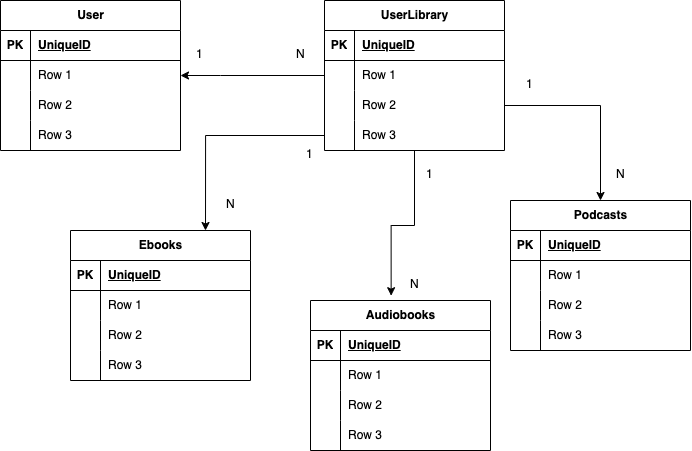
AlinaKovban/audiobooks keeps this draw.io diagram as docs/DB scheme.drawio.png. Above is the earlier version. Source tidied: cells renumbered, new cells last; positions are measured from the earlier drawing's top-left corner, leaving out a move shared by most shapes.
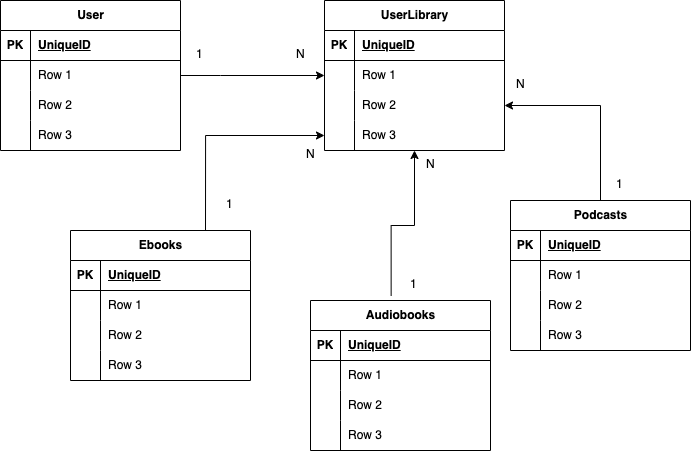
After the commit.

Diff of the diagram source:
```diff
@@ -158,7 +158,7 @@
     <mxCell id="53" value="Row 3" style="shape=partialRectangle;fillColor=none;top=0;left=0;bottom=0;right=0;align=left;spacingLeft=6;overflow=hidden;whiteSpace=wrap;html=1;" parent="51" vertex="1">
       <mxGeometry x="30" width="150" height="30" as="geometry" />
     </mxCell>
-    <mxCell id="54" style="edgeStyle=orthogonalEdgeStyle;rounded=0;jettySize=auto;html=1;exitX=0.5;exitY=1;exitDx=0;exitDy=0;entryX=0.448;entryY=-0.032;entryDx=0;entryDy=0;entryPerimeter=0;" parent="1" edge="1" source="55" target="2">
+    <mxCell id="54" style="edgeStyle=orthogonalEdgeStyle;rounded=0;jettySize=auto;html=1;exitX=0.448;exitY=-0.032;exitDx=0;exitDy=0;entryX=0.5;entryY=1;entryDx=0;entryDy=0;exitPerimeter=0;" parent="1" edge="1" source="2" target="55">
       <mxGeometry relative="1" as="geometry" />
     </mxCell>
     <mxCell id="55" value="UserLibrary" style="shape=table;startSize=30;rowLines=0;fontStyle=1;align=center;html=1;" parent="1" vertex="1">
@@ -206,37 +206,37 @@
     <mxCell id="69" value="N" style="text;strokeColor=none;fillColor=none;spacingLeft=4;spacingRight=4;overflow=hidden;fontSize=12;whiteSpace=wrap;html=1;" parent="1" vertex="1">
       <mxGeometry x="290" y="40" width="20" height="30" as="geometry" />
     </mxCell>
-    <mxCell id="70" style="edgeStyle=orthogonalEdgeStyle;rounded=0;jettySize=auto;html=1;exitX=0;exitY=0.5;exitDx=0;exitDy=0;entryX=1;entryY=0.5;entryDx=0;entryDy=0;" parent="1" edge="1" source="59" target="19">
-      <mxGeometry relative="1" as="geometry">
-        <Array as="points">
-          <mxPoint x="220" y="75" />
-          <mxPoint x="220" y="75" />
-        </Array>
-      </mxGeometry>
-    </mxCell>
-    <mxCell id="71" style="edgeStyle=orthogonalEdgeStyle;rounded=0;jettySize=auto;html=1;exitX=1;exitY=0.5;exitDx=0;exitDy=0;entryX=0.5;entryY=0;entryDx=0;entryDy=0;" parent="1" edge="1" source="62" target="41">
+    <mxCell id="71" style="edgeStyle=orthogonalEdgeStyle;rounded=0;jettySize=auto;html=1;exitX=0.5;exitY=0;exitDx=0;exitDy=0;entryX=1;entryY=0.5;entryDx=0;entryDy=0;" parent="1" edge="1" source="41" target="62">
       <mxGeometry relative="1" as="geometry" />
     </mxCell>
-    <mxCell id="72" style="edgeStyle=orthogonalEdgeStyle;rounded=0;jettySize=auto;html=1;exitX=0;exitY=0.5;exitDx=0;exitDy=0;entryX=0.75;entryY=0;entryDx=0;entryDy=0;" parent="1" edge="1" source="65" target="28">
+    <mxCell id="72" style="edgeStyle=orthogonalEdgeStyle;rounded=0;jettySize=auto;html=1;exitX=0.75;exitY=0;exitDx=0;exitDy=0;entryX=0;entryY=0.5;entryDx=0;entryDy=0;" parent="1" edge="1" source="28" target="65">
       <mxGeometry relative="1" as="geometry" />
     </mxCell>
     <mxCell id="73" value="1" style="text;strokeColor=none;fillColor=none;spacingLeft=4;spacingRight=4;overflow=hidden;fontSize=12;whiteSpace=wrap;html=1;" parent="1" vertex="1">
-      <mxGeometry x="520" y="70" width="20" height="30" as="geometry" />
+      <mxGeometry x="610" y="170" width="20" height="30" as="geometry" />
     </mxCell>
     <mxCell id="74" value="1" style="text;strokeColor=none;fillColor=none;spacingLeft=4;spacingRight=4;overflow=hidden;fontSize=12;whiteSpace=wrap;html=1;" parent="1" vertex="1">
-      <mxGeometry x="420" y="160" width="20" height="30" as="geometry" />
+      <mxGeometry x="404" y="270" width="20" height="30" as="geometry" />
     </mxCell>
     <mxCell id="75" value="1" style="text;strokeColor=none;fillColor=none;spacingLeft=4;spacingRight=4;overflow=hidden;fontSize=12;whiteSpace=wrap;html=1;" parent="1" vertex="1">
-      <mxGeometry x="300" y="140" width="20" height="30" as="geometry" />
+      <mxGeometry x="220" y="190" width="20" height="30" as="geometry" />
     </mxCell>
     <mxCell id="76" value="N" style="text;strokeColor=none;fillColor=none;spacingLeft=4;spacingRight=4;overflow=hidden;fontSize=12;whiteSpace=wrap;html=1;" parent="1" vertex="1">
-      <mxGeometry x="220" y="190" width="20" height="30" as="geometry" />
+      <mxGeometry x="300" y="140" width="20" height="40" as="geometry" />
     </mxCell>
     <mxCell id="77" value="N" style="text;strokeColor=none;fillColor=none;spacingLeft=4;spacingRight=4;overflow=hidden;fontSize=12;whiteSpace=wrap;html=1;" parent="1" vertex="1">
-      <mxGeometry x="404" y="270" width="20" height="30" as="geometry" />
+      <mxGeometry x="420" y="150" width="20" height="30" as="geometry" />
     </mxCell>
     <mxCell id="78" value="N" style="text;strokeColor=none;fillColor=none;spacingLeft=4;spacingRight=4;overflow=hidden;fontSize=12;whiteSpace=wrap;html=1;" parent="1" vertex="1">
-      <mxGeometry x="610" y="160" width="20" height="30" as="geometry" />
+      <mxGeometry x="510" y="70" width="20" height="30" as="geometry" />
     </mxCell>
+    <mxCell id="70" style="edgeStyle=orthogonalEdgeStyle;rounded=0;jettySize=auto;html=1;exitX=1;exitY=0.5;exitDx=0;exitDy=0;entryX=0;entryY=0.5;entryDx=0;entryDy=0;" parent="1" edge="1" source="19" target="59">
+      <mxGeometry relative="1" as="geometry">
+        <Array as="points">
+          <mxPoint x="220" y="75" />
+          <mxPoint x="220" y="75" />
+        </Array>
+      </mxGeometry>
+    </mxCell>
   </root>
 </mxGraphModel>
```
